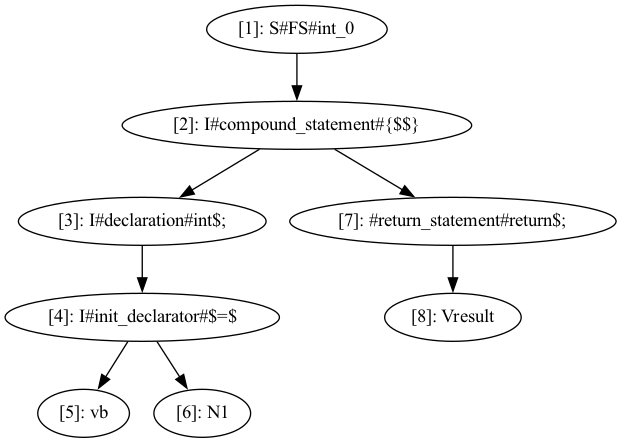
deryaerman/DIA-System-DS-Plagiarism-Checker-GIT keeps this Graphviz diagram as cass.png. Above is the earlier version. Its source is kept beside it as cass.dot.
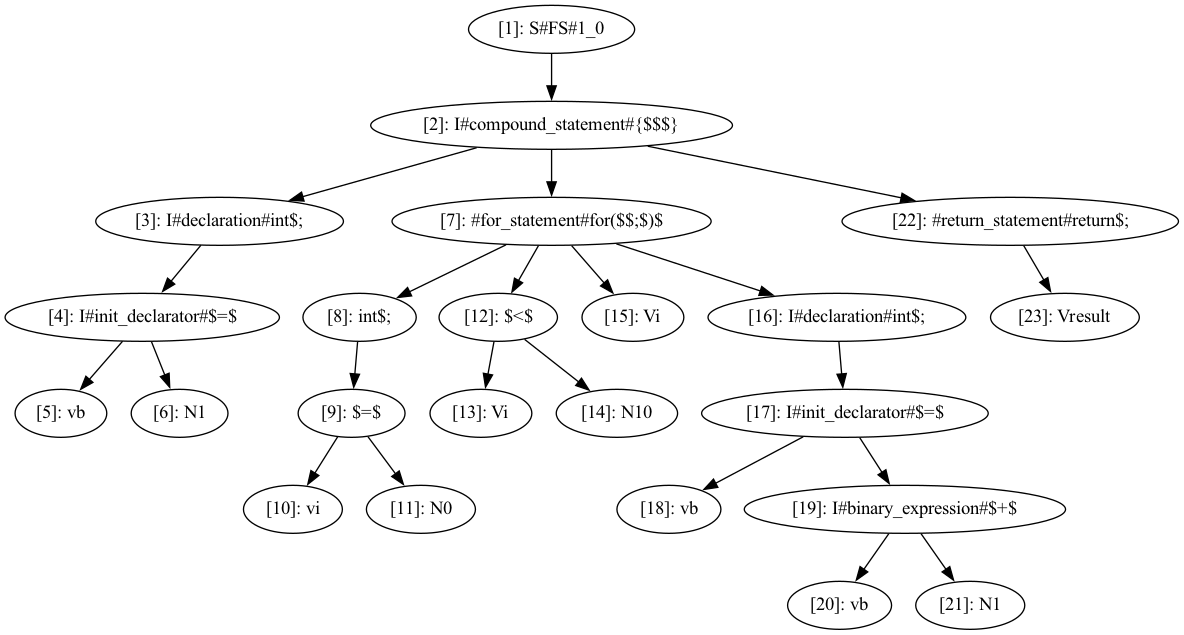
Above is the later version.

What changed in the source:
```diff
@@ -1,13 +1,28 @@
 digraph CASS {
   node [shape=ellipse];
-  n1 [label="[1]: S#FS#int_0"];
-  n2 [label="[2]: I#compound_statement#{$$}"];
+  n1 [label="[1]: S#FS#1_0"];
+  n2 [label="[2]: I#compound_statement#{$$$}"];
   n3 [label="[3]: I#declaration#int$;"];
   n4 [label="[4]: I#init_declarator#$=$"];
   n5 [label="[5]: vb"];
   n6 [label="[6]: N1"];
-  n7 [label="[7]: #return_statement#return$;"];
-  n8 [label="[8]: Vresult"];
+  n7 [label="[7]: #for_statement#for($$;$)$"];
+  n8 [label="[8]: int$;"];
+  n9 [label="[9]: $=$"];
+  n10 [label="[10]: vi"];
+  n11 [label="[11]: N0"];
+  n12 [label="[12]: $<$"];
+  n13 [label="[13]: Vi"];
+  n14 [label="[14]: N10"];
+  n15 [label="[15]: Vi"];
+  n16 [label="[16]: I#declaration#int$;"];
+  n17 [label="[17]: I#init_declarator#$=$"];
+  n18 [label="[18]: vb"];
+  n19 [label="[19]: I#binary_expression#$+$"];
+  n20 [label="[20]: vb"];
+  n21 [label="[21]: N1"];
+  n22 [label="[22]: #return_statement#return$;"];
+  n23 [label="[23]: Vresult"];
   n1 -> n2;
   n2 -> n3;
   n3 -> n4;
@@ -15,4 +30,19 @@
   n4 -> n6;
   n2 -> n7;
   n7 -> n8;
+  n8 -> n9;
+  n9 -> n10;
+  n9 -> n11;
+  n7 -> n12;
+  n12 -> n13;
+  n12 -> n14;
+  n7 -> n15;
+  n7 -> n16;
+  n16 -> n17;
+  n17 -> n18;
+  n17 -> n19;
+  n19 -> n20;
+  n19 -> n21;
+  n2 -> n22;
+  n22 -> n23;
 }
```
